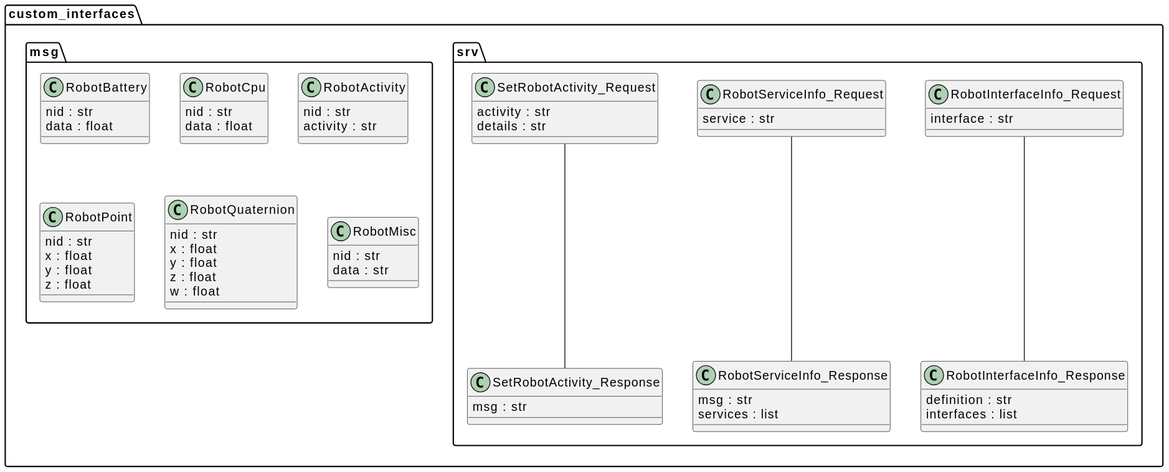
Earlier version of the PlantUML export Dokumentation/custom_interfaces_class diagram.svg (Nilssteingraeber/SolarSwarmNetworks).
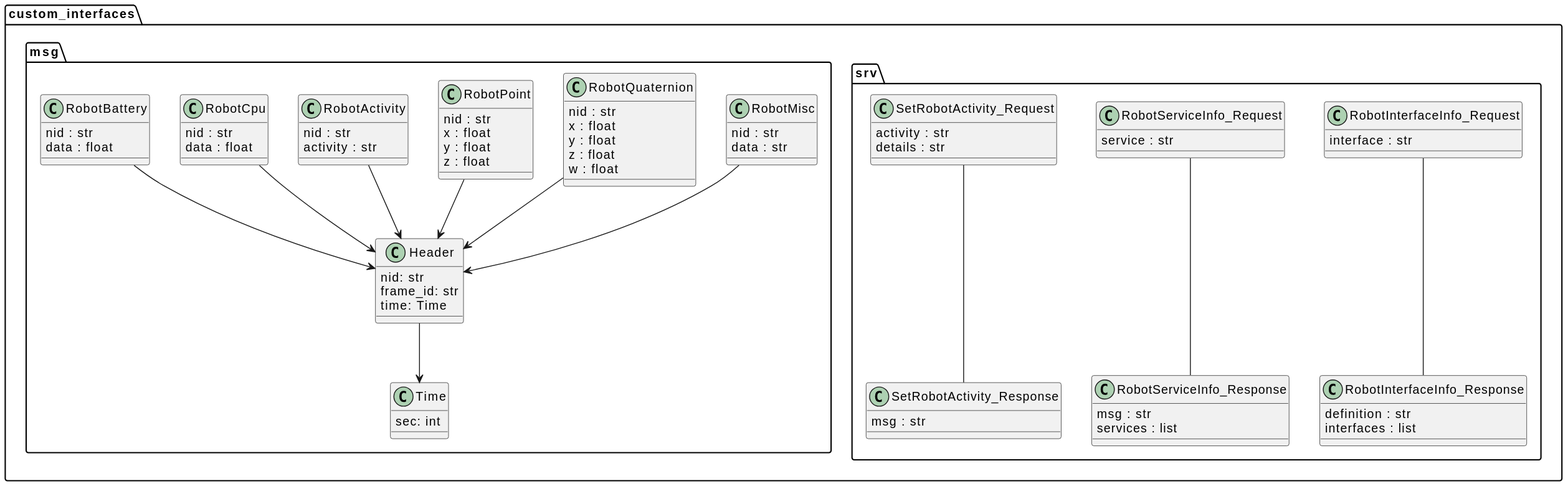
The same diagram one commit later.

Commit message:
mock_robot v0.10.0, sw_robot v0.5.0 und custom_interfaces v0.3.0 inklusive Diagramme

What changed in the source:
```diff
@@ -1,5 +1,15 @@
 @startuml
 package "custom_interfaces.msg" {
+  class Header {
+    nid: str
+    frame_id: str
+    time: Time
+  }
+
+  class Time {
+    sec: int
+  }
+
   class RobotBattery {
     nid : str
     data : float
@@ -34,6 +44,14 @@
     nid : str
     data : str
   }
+
+  Header --> Time
+  RobotBattery --> Header
+  RobotCpu --> Header
+  RobotActivity --> Header
+  RobotPoint --> Header
+  RobotQuaternion --> Header
+  RobotMisc --> Header
 }
 
 package "custom_interfaces.srv" {
```
